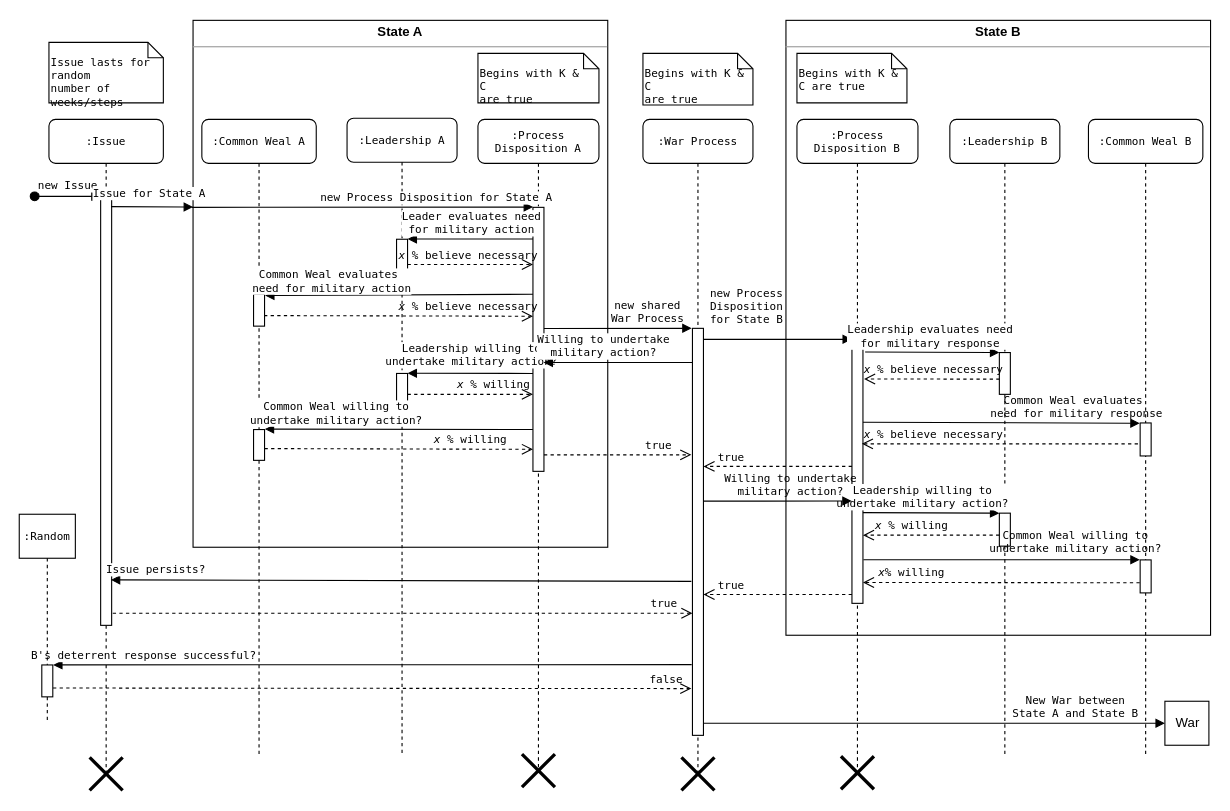
This is documentation/warProcessUML.drawio from usuallycwdillon/george, a draw.io file, before an edit. Source tidied: cells renumbered, new cells numbered last; positions are measured from the earlier drawing's top-left corner, leaving out a move shared by most shapes. Both pictures are drawn from the tidied source at 110%, with x=0, y=0 at pixel (-66, 20).
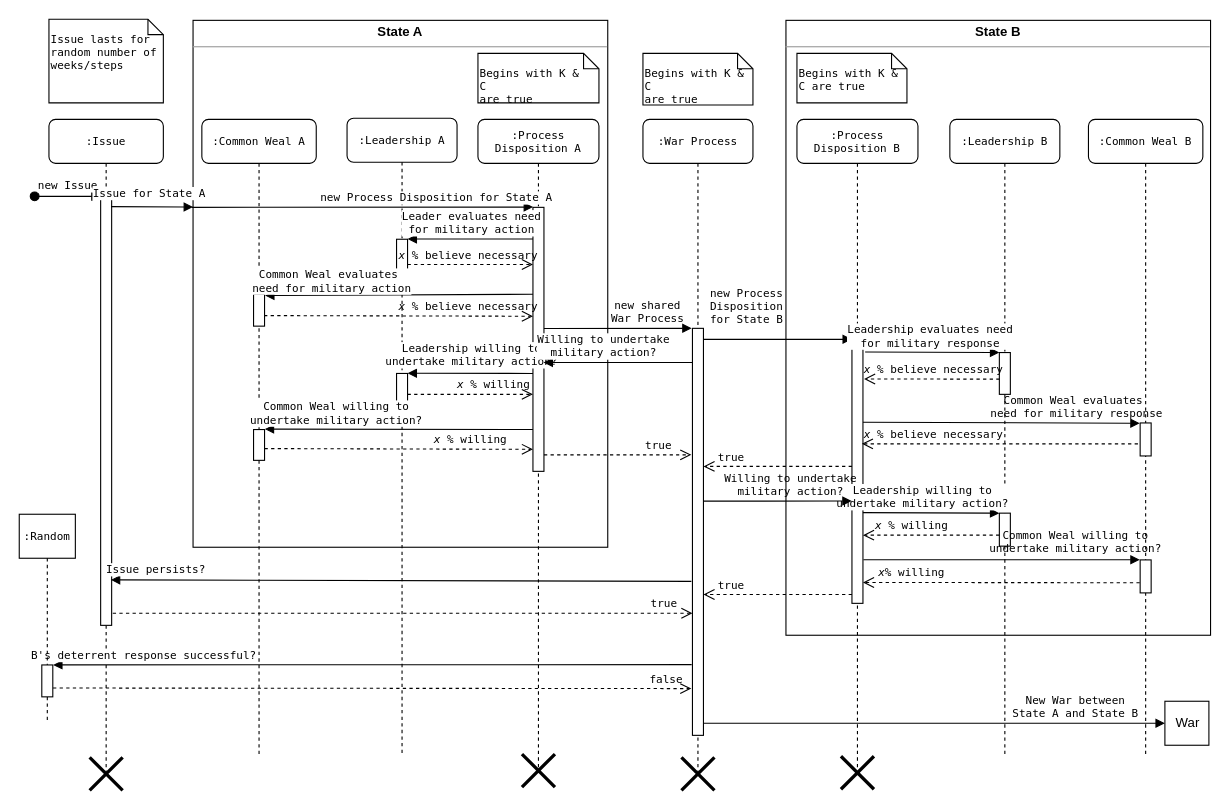
After the change.

What changed in the source:
```diff
@@
-    <mxCell id="31" value="&lt;br&gt;Issue lasts for random&lt;br&gt;number of weeks/steps&lt;br&gt;" style="shape=note;whiteSpace=wrap;html=1;size=14;verticalAlign=top;align=left;spacingTop=-6;rounded=0;shadow=0;comic=0;labelBackgroundColor=none;strokeColor=#000000;strokeWidth=1;fillColor=#FFFFFF;fontFamily=Lucida Console;fontSize=10;fontColor=#000000;" parent="1" vertex="1">
-      <mxGeometry x="104" y="20" width="104" height="55" as="geometry" />
+    <mxCell id="31" value="&lt;br&gt;Issue lasts for &lt;br&gt;random&amp;nbsp;number of weeks/steps&lt;br&gt;" style="shape=note;whiteSpace=wrap;html=1;size=14;verticalAlign=top;align=left;spacingTop=-6;rounded=0;shadow=0;comic=0;labelBackgroundColor=none;strokeColor=#000000;strokeWidth=1;fillColor=#FFFFFF;fontFamily=Lucida Console;fontSize=10;fontColor=#000000;" parent="1" vertex="1">
+      <mxGeometry x="104" y="-1" width="104" height="76" as="geometry" />
     </mxCell>
```
